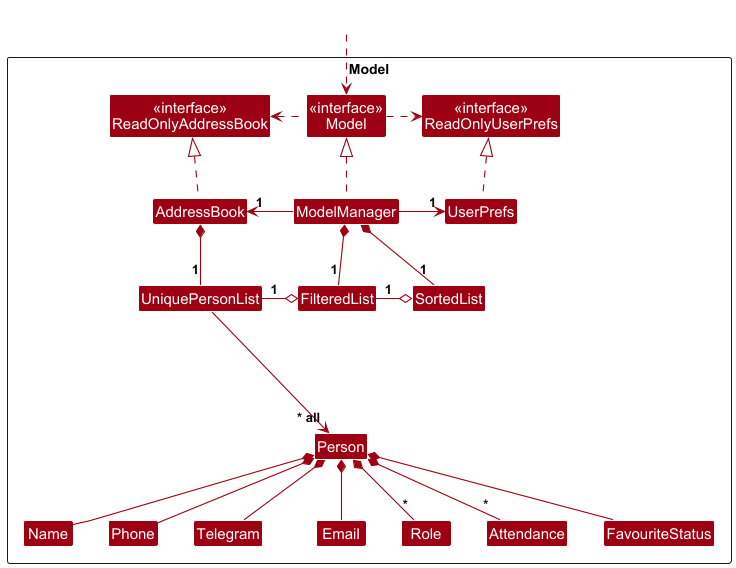
Earlier version of the PlantUML export docs/images/ModelClassDiagram.png (nus-cs2103-AY2425S1/tp).
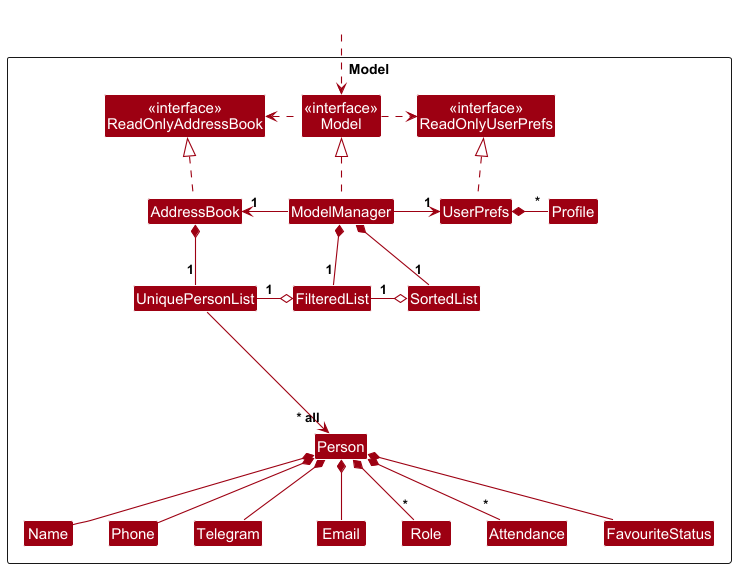
The same diagram one commit later.

What changed in the source:
```diff
@@ -11,6 +11,7 @@
 Class AddressBook
 Class ModelManager
 Class UserPrefs
+Class Profile
 
 Class UniquePersonList
 Class Person
@@ -40,6 +41,7 @@
 ModelManager *-down- "1" SortedList
 ModelManager *-down- "1" FilteredList
 UserPrefs .up.|> ReadOnlyUserPrefs
+UserPrefs *-right "*" Profile
 
 AddressBook *-- "1" UniquePersonList
 UniquePersonList --> "~* all" Person
```
